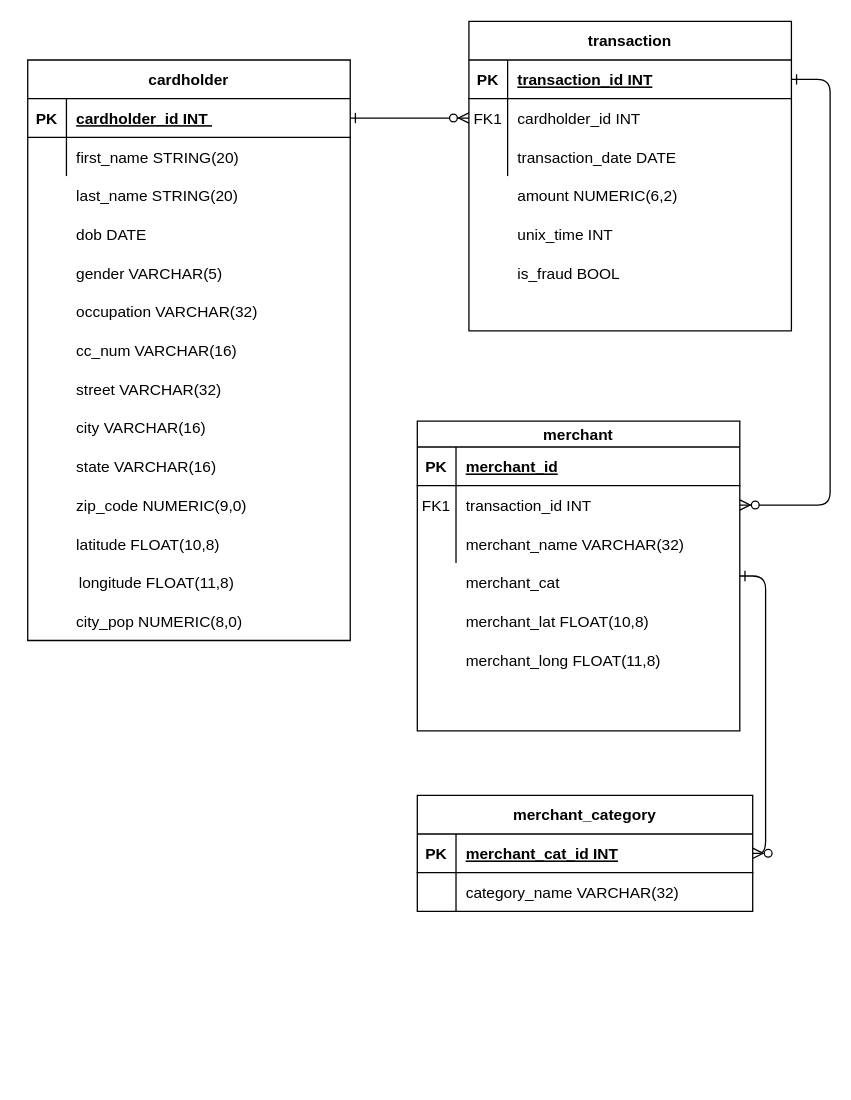
Above: Database_ER.drawio in COP3710CreditCardFraudDetection/CCFraudDetectionDB (draw.io), before the change. Source tidied: cells renumbered, new cells numbered last; positions are measured from the earlier drawing's top-left corner, leaving out a move shared by most shapes. Both pictures are drawn from the tidied source at 129%, with x=0, y=0 at pixel (27, 21).
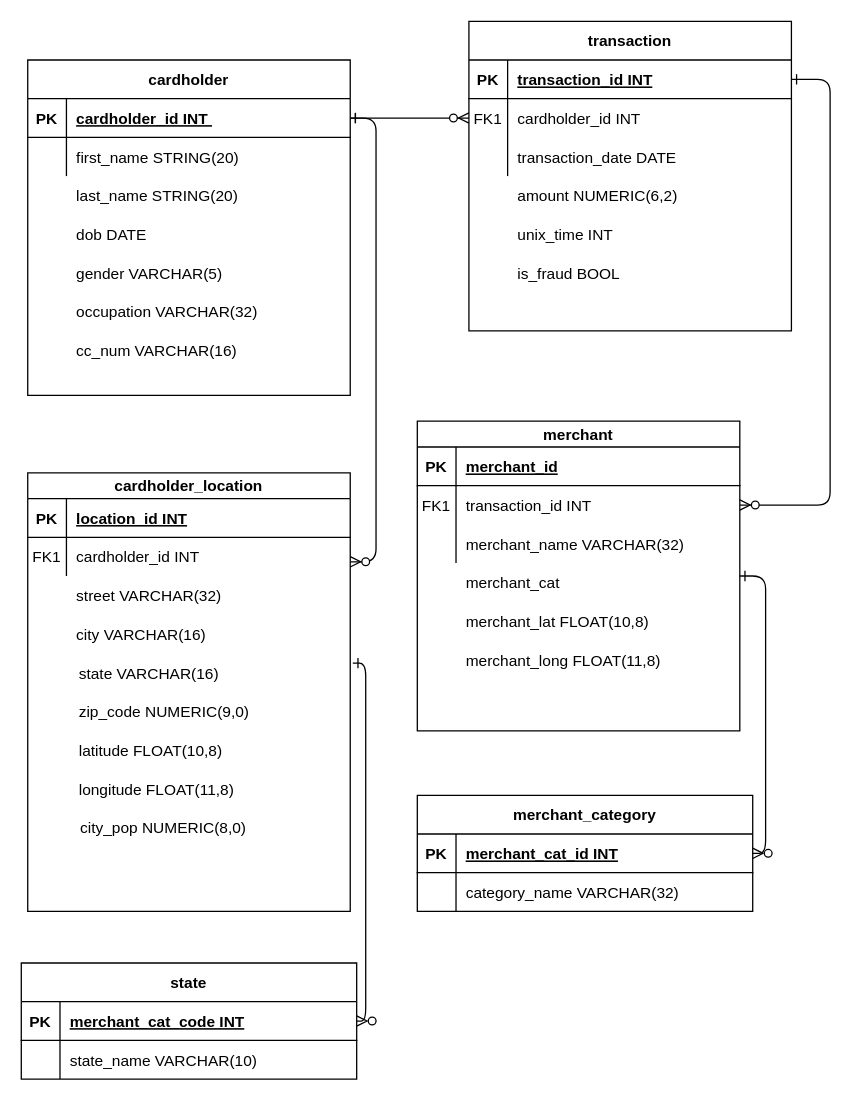
After the change.

Commit message:
Update ER diagram with new tables

The change refers to these unchanged cells:
```xml
<mxCell id="25" style="shape=partialRectangle;fillColor=none;points=[[0,0.5],[1,0.5]];portConstraint=eastwest;top=0;left=0;right=0;bottom=1;" parent="24" vertex="1">
  <mxGeometry y="30" width="250" height="30" as="geometry" />
</mxCell>
```

What changed in the source:
```diff
@@
     <mxCell id="24" value="cardholder" style="shape=table;startSize=30;childLayout=tableLayout;rowLines=0;fontStyle=1;align=center;" parent="1" vertex="1">
-      <mxGeometry y="30" width="250" height="450" as="geometry" />
+      <mxGeometry y="30" width="250" height="260" as="geometry" />
     </mxCell>
@@
+    <mxCell id="58" style="edgeStyle=elbowEdgeStyle;endArrow=ERzeroToMany;startArrow=ERone;endFill=1;startFill=0;entryX=1;entryY=0.5;entryDx=0;entryDy=0;exitX=1;exitY=0.5;exitDx=0;exitDy=0;" parent="24" edge="1" source="25">
+      <mxGeometry relative="1" as="geometry">
+        <mxPoint x="250" y="389" as="targetPoint" />
+        <Array as="points">
+          <mxPoint x="270" y="409" />
+        </Array>
+      </mxGeometry>
+    </mxCell>
@@
-    <mxCell id="36" value="street VARCHAR(32)" style="shape=partialRectangle;overflow=hidden;fillColor=none;top=0;left=0;bottom=0;right=0;align=left;spacingLeft=6;" parent="1" vertex="1">
-      <mxGeometry x="30" y="270" width="220" height="30" as="geometry" />
-    </mxCell>
-    <mxCell id="37" value="city VARCHAR(16)" style="shape=partialRectangle;overflow=hidden;fillColor=none;top=0;left=0;bottom=0;right=0;align=left;spacingLeft=6;" parent="1" vertex="1">
-      <mxGeometry x="30" y="300" width="220" height="30" as="geometry" />
-    </mxCell>
@@
-    <mxCell id="39" value="zip_code NUMERIC(9,0)" style="shape=partialRectangle;overflow=hidden;fillColor=none;top=0;left=0;bottom=0;right=0;align=left;spacingLeft=6;" parent="1" vertex="1">
-      <mxGeometry x="30" y="360" width="220" height="30" as="geometry" />
-    </mxCell>
-    <mxCell id="40" value="latitude FLOAT(10,8)" style="shape=partialRectangle;overflow=hidden;fillColor=none;top=0;left=0;bottom=0;right=0;align=left;spacingLeft=6;" parent="1" vertex="1">
-      <mxGeometry x="30" y="390" width="220" height="30" as="geometry" />
-    </mxCell>
-    <mxCell id="41" value="longitude FLOAT(11,8)" style="shape=partialRectangle;overflow=hidden;fillColor=none;top=0;left=0;bottom=0;right=0;align=left;spacingLeft=6;" parent="1" vertex="1">
-      <mxGeometry x="32" y="420" width="220" height="30" as="geometry" />
-    </mxCell>
-    <mxCell id="42" value="city_pop NUMERIC(8,0)" style="shape=partialRectangle;overflow=hidden;fillColor=none;top=0;left=0;bottom=0;right=0;align=left;spacingLeft=6;" parent="1" vertex="1">
-      <mxGeometry x="30" y="450" width="220" height="30" as="geometry" />
-    </mxCell>
-    <mxCell id="43" value="state VARCHAR(16)" style="shape=partialRectangle;overflow=hidden;fillColor=none;top=0;left=0;bottom=0;right=0;align=left;spacingLeft=6;" parent="1" vertex="1">
-      <mxGeometry x="30" y="330" width="220" height="30" as="geometry" />
-    </mxCell>
@@
+    <mxCell id="59" value="cardholder_location" style="shape=table;startSize=20;childLayout=tableLayout;rowLines=0;fontStyle=1;align=center;" parent="1" vertex="1">
+      <mxGeometry y="350" width="250" height="340" as="geometry" />
+    </mxCell>
+    <mxCell id="60" style="shape=partialRectangle;fillColor=none;top=0;left=0;right=0;bottom=1;" parent="59" vertex="1">
+      <mxGeometry y="20" width="250" height="30" as="geometry" />
+    </mxCell>
+    <mxCell id="61" value="PK" style="shape=partialRectangle;overflow=hidden;fillColor=none;top=0;left=0;bottom=0;right=0;fontStyle=1;" parent="60" vertex="1">
+      <mxGeometry width="30" height="30" as="geometry" />
+    </mxCell>
+    <mxCell id="62" value="location_id INT" style="shape=partialRectangle;overflow=hidden;fillColor=none;top=0;left=0;bottom=0;right=0;align=left;spacingLeft=6;fontStyle=5;" parent="60" vertex="1">
+      <mxGeometry x="30" width="220" height="30" as="geometry" />
+    </mxCell>
+    <mxCell id="63" style="shape=partialRectangle;fillColor=none;top=0;left=0;right=0;bottom=0;" parent="59" vertex="1">
+      <mxGeometry y="50" width="250" height="30" as="geometry" />
+    </mxCell>
+    <mxCell id="64" value="FK1" style="shape=partialRectangle;overflow=hidden;fillColor=none;top=0;left=0;bottom=0;right=0;" parent="63" vertex="1">
+      <mxGeometry width="30" height="30" as="geometry" />
+    </mxCell>
+    <mxCell id="65" value="cardholder_id INT" style="shape=partialRectangle;overflow=hidden;fillColor=none;top=0;left=0;bottom=0;right=0;align=left;spacingLeft=6;" parent="63" vertex="1">
+      <mxGeometry x="30" width="220" height="30" as="geometry" />
+    </mxCell>
+    <mxCell id="36" value="street VARCHAR(32)" style="shape=partialRectangle;overflow=hidden;fillColor=none;top=0;left=0;bottom=0;right=0;align=left;spacingLeft=6;" parent="1" vertex="1">
+      <mxGeometry x="30" y="430" width="220" height="30" as="geometry" />
+    </mxCell>
+    <mxCell id="37" value="city VARCHAR(16)" style="shape=partialRectangle;overflow=hidden;fillColor=none;top=0;left=0;bottom=0;right=0;align=left;spacingLeft=6;" parent="1" vertex="1">
+      <mxGeometry x="30" y="460" width="220" height="30" as="geometry" />
+    </mxCell>
+    <mxCell id="43" value="state VARCHAR(16)" style="shape=partialRectangle;overflow=hidden;fillColor=none;top=0;left=0;bottom=0;right=0;align=left;spacingLeft=6;" parent="1" vertex="1">
+      <mxGeometry x="32" y="490" width="220" height="30" as="geometry" />
+    </mxCell>
+    <mxCell id="39" value="zip_code NUMERIC(9,0)" style="shape=partialRectangle;overflow=hidden;fillColor=none;top=0;left=0;bottom=0;right=0;align=left;spacingLeft=6;" parent="1" vertex="1">
+      <mxGeometry x="32" y="520" width="220" height="30" as="geometry" />
+    </mxCell>
+    <mxCell id="40" value="latitude FLOAT(10,8)" style="shape=partialRectangle;overflow=hidden;fillColor=none;top=0;left=0;bottom=0;right=0;align=left;spacingLeft=6;" parent="1" vertex="1">
+      <mxGeometry x="32" y="550" width="220" height="30" as="geometry" />
+    </mxCell>
+    <mxCell id="41" value="longitude FLOAT(11,8)" style="shape=partialRectangle;overflow=hidden;fillColor=none;top=0;left=0;bottom=0;right=0;align=left;spacingLeft=6;" parent="1" vertex="1">
+      <mxGeometry x="32" y="580" width="220" height="30" as="geometry" />
+    </mxCell>
+    <mxCell id="42" value="city_pop NUMERIC(8,0)" style="shape=partialRectangle;overflow=hidden;fillColor=none;top=0;left=0;bottom=0;right=0;align=left;spacingLeft=6;" parent="1" vertex="1">
+      <mxGeometry x="33" y="610" width="220" height="30" as="geometry" />
+    </mxCell>
+    <mxCell id="66" value="state" style="shape=table;startSize=30;childLayout=tableLayout;rowLines=0;fontStyle=1;align=center;" parent="1" vertex="1">
+      <mxGeometry x="-5" y="730" width="260" height="90" as="geometry" />
+    </mxCell>
+    <mxCell id="67" style="shape=partialRectangle;fillColor=none;top=0;left=0;right=0;bottom=1;" parent="66" vertex="1">
+      <mxGeometry y="30" width="260" height="30" as="geometry" />
+    </mxCell>
+    <mxCell id="68" value="PK" style="shape=partialRectangle;overflow=hidden;fillColor=none;top=0;left=0;bottom=0;right=0;fontStyle=1;" parent="67" vertex="1">
+      <mxGeometry width="30" height="30" as="geometry" />
+    </mxCell>
+    <mxCell id="69" value="merchant_cat_code INT" style="shape=partialRectangle;overflow=hidden;fillColor=none;top=0;left=0;bottom=0;right=0;align=left;spacingLeft=6;fontStyle=5;" parent="67" vertex="1">
+      <mxGeometry x="30" width="230" height="30" as="geometry" />
+    </mxCell>
+    <mxCell id="70" style="shape=partialRectangle;fillColor=none;top=0;left=0;right=0;bottom=0;" parent="66" vertex="1">
+      <mxGeometry y="60" width="260" height="30" as="geometry" />
+    </mxCell>
+    <mxCell id="71" style="shape=partialRectangle;overflow=hidden;fillColor=none;top=0;left=0;bottom=0;right=0;" parent="70" vertex="1">
+      <mxGeometry width="30" height="30" as="geometry" />
+    </mxCell>
+    <mxCell id="72" value="state_name VARCHAR(10)" style="shape=partialRectangle;overflow=hidden;fillColor=none;top=0;left=0;bottom=0;right=0;align=left;spacingLeft=6;" parent="70" vertex="1">
+      <mxGeometry x="30" width="230" height="30" as="geometry" />
+    </mxCell>
+    <mxCell id="73" style="edgeStyle=orthogonalEdgeStyle;endArrow=ERzeroToMany;startArrow=ERone;endFill=1;startFill=0;entryX=1;entryY=0.5;entryDx=0;entryDy=0;exitX=1;exitY=0.25;exitDx=0;exitDy=0;" parent="1" edge="1" source="43" target="69">
+      <mxGeometry relative="1" as="geometry" />
+    </mxCell>
```
